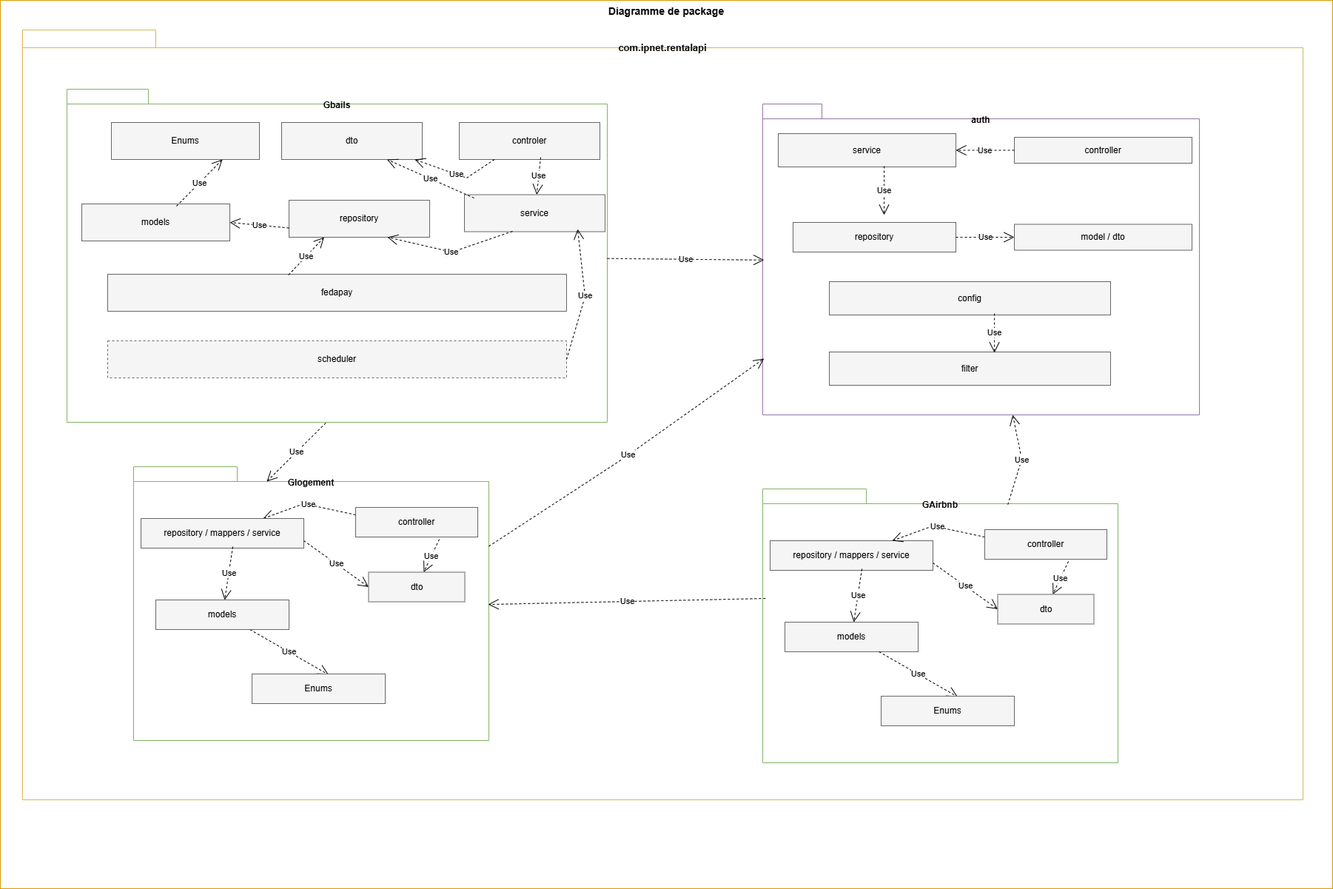
Earlier version of the draw.io export DIAGRAMME/package.drawio.png (xavierGIT04/Soutenance). Source tidied: cells renumbered, new cells last; positions are measured from the earlier drawing's top-left corner, leaving out a move shared by most shapes.
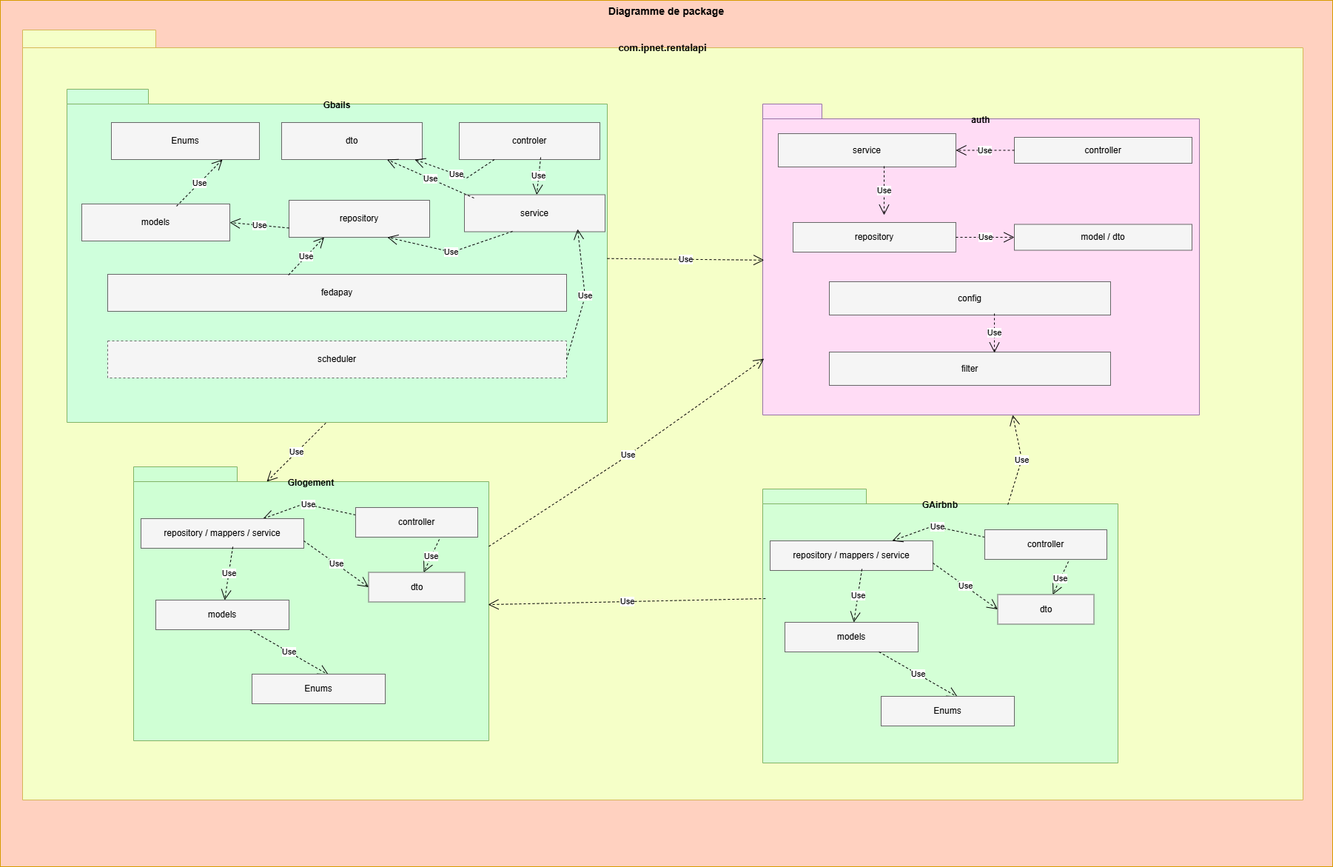
After the commit.

Diff of the diagram source:
```diff
@@ -2,13 +2,13 @@
   <root>
     <mxCell id="0" />
     <mxCell id="1" parent="0" />
-    <mxCell id="2" value="Diagramme de package" style="rounded=0;whiteSpace=wrap;html=1;verticalAlign=top;fontStyle=1;fontSize=14;fillColor=default;strokeColor=#d79b00;" parent="1" vertex="1">
-      <mxGeometry width="1800" height="1200" as="geometry" />
+    <mxCell id="2" value="Diagramme de package" style="rounded=0;whiteSpace=wrap;html=1;verticalAlign=top;fontStyle=1;fontSize=14;fillColor=#FFD1C0;strokeColor=#d79b00;" parent="1" vertex="1">
+      <mxGeometry width="1800" height="1170" as="geometry" />
     </mxCell>
-    <mxCell id="3" value="com.ipnet.rentalapi" style="shape=folder;fontStyle=1;spacingTop=10;tabWidth=180;tabHeight=24;tabPosition=left;html=1;whiteSpace=wrap;fillColor=default;strokeColor=#d6b656;verticalAlign=top;align=center;fontSize=13;" parent="1" vertex="1">
+    <mxCell id="3" value="com.ipnet.rentalapi" style="shape=folder;fontStyle=1;spacingTop=10;tabWidth=180;tabHeight=24;tabPosition=left;html=1;whiteSpace=wrap;fillColor=#F5FFC8;strokeColor=#d6b656;verticalAlign=top;align=center;fontSize=13;" parent="1" vertex="1">
       <mxGeometry x="30" y="40" width="1730" height="1040" as="geometry" />
     </mxCell>
-    <mxCell id="4" value="Gbails" style="shape=folder;fontStyle=1;spacingTop=8;tabWidth=110;tabHeight=20;tabPosition=left;html=1;whiteSpace=wrap;fillColor=default;strokeColor=#82b366;verticalAlign=top;align=center;fontSize=12;" parent="1" vertex="1">
+    <mxCell id="4" value="Gbails" style="shape=folder;fontStyle=1;spacingTop=8;tabWidth=110;tabHeight=20;tabPosition=left;html=1;whiteSpace=wrap;fillColor=#CFFFDC;strokeColor=#82b366;verticalAlign=top;align=center;fontSize=12;" parent="1" vertex="1">
       <mxGeometry x="90" y="120" width="730" height="450" as="geometry" />
     </mxCell>
     <mxCell id="5" value="Enums" style="rounded=0;whiteSpace=wrap;html=1;fillColor=#f5f5f5;strokeColor=#666666;" parent="1" vertex="1">
@@ -35,7 +35,7 @@
     <mxCell id="12" value="scheduler" style="rounded=0;whiteSpace=wrap;html=1;fillColor=#f5f5f5;strokeColor=#666666;dashed=1;" parent="1" vertex="1">
       <mxGeometry x="145" y="460" width="620" height="50" as="geometry" />
     </mxCell>
-    <mxCell id="13" value="auth" style="shape=folder;fontStyle=1;spacingTop=8;tabWidth=80;tabHeight=20;tabPosition=left;html=1;whiteSpace=wrap;fillColor=default;strokeColor=#9673a6;verticalAlign=top;align=center;fontSize=12;" parent="1" vertex="1">
+    <mxCell id="13" value="auth" style="shape=folder;fontStyle=1;spacingTop=8;tabWidth=80;tabHeight=20;tabPosition=left;html=1;whiteSpace=wrap;fillColor=#FFDCF5;strokeColor=#9673a6;verticalAlign=top;align=center;fontSize=12;" parent="1" vertex="1">
       <mxGeometry x="1030" y="140" width="590" height="420" as="geometry" />
     </mxCell>
     <mxCell id="14" value="config" style="rounded=0;whiteSpace=wrap;html=1;fillColor=#f5f5f5;strokeColor=#666666;" parent="1" vertex="1">
@@ -92,7 +92,7 @@
     <mxCell id="27" value="controller" style="rounded=0;whiteSpace=wrap;html=1;fillColor=#f5f5f5;strokeColor=#666666;" parent="1" vertex="1">
       <mxGeometry x="480" y="665" width="165" height="40" as="geometry" />
     </mxCell>
-    <mxCell id="28" value="Glogement" style="shape=folder;fontStyle=1;spacingTop=8;tabWidth=140;tabHeight=20;tabPosition=left;html=1;whiteSpace=wrap;fillColor=default;strokeColor=#82b366;verticalAlign=top;align=center;fontSize=12;" parent="1" vertex="1">
+    <mxCell id="28" value="Glogement" style="shape=folder;fontStyle=1;spacingTop=8;tabWidth=140;tabHeight=20;tabPosition=left;html=1;whiteSpace=wrap;fillColor=#CFFFD4;strokeColor=#82b366;verticalAlign=top;align=center;fontSize=12;" parent="1" vertex="1">
       <mxGeometry x="180" y="630" width="480" height="370" as="geometry" />
     </mxCell>
     <mxCell id="29" value="Use" style="endArrow=open;endSize=12;dashed=1;html=1;rounded=0;exitX=0;exitY=0.75;exitDx=0;exitDy=0;entryX=0.75;entryY=0;entryDx=0;entryDy=0;" parent="1" edge="1" source="27" target="30">
@@ -146,7 +146,7 @@
     <mxCell id="43" value="Use" style="endArrow=open;endSize=12;dashed=1;html=1;rounded=0;exitX=0.587;exitY=0.956;exitDx=0;exitDy=0;exitPerimeter=0;entryX=0.587;entryY=0.022;entryDx=0;entryDy=0;entryPerimeter=0;" parent="1" edge="1" source="14" target="16">
       <mxGeometry relative="1" as="geometry" />
     </mxCell>
-    <mxCell id="44" value="GAirbnb" style="shape=folder;fontStyle=1;spacingTop=8;tabWidth=140;tabHeight=20;tabPosition=left;html=1;whiteSpace=wrap;fillColor=default;strokeColor=#82b366;verticalAlign=top;align=center;fontSize=12;" parent="1" vertex="1">
+    <mxCell id="44" value="GAirbnb" style="shape=folder;fontStyle=1;spacingTop=8;tabWidth=140;tabHeight=20;tabPosition=left;html=1;whiteSpace=wrap;fillColor=#D4FFD6;strokeColor=#82b366;verticalAlign=top;align=center;fontSize=12;" parent="1" vertex="1">
       <mxGeometry x="1030" y="660" width="480" height="370" as="geometry" />
     </mxCell>
     <mxCell id="45" value="repository / mappers / service" style="rounded=0;whiteSpace=wrap;html=1;fillColor=#f5f5f5;strokeColor=#666666;" parent="1" vertex="1">
```
